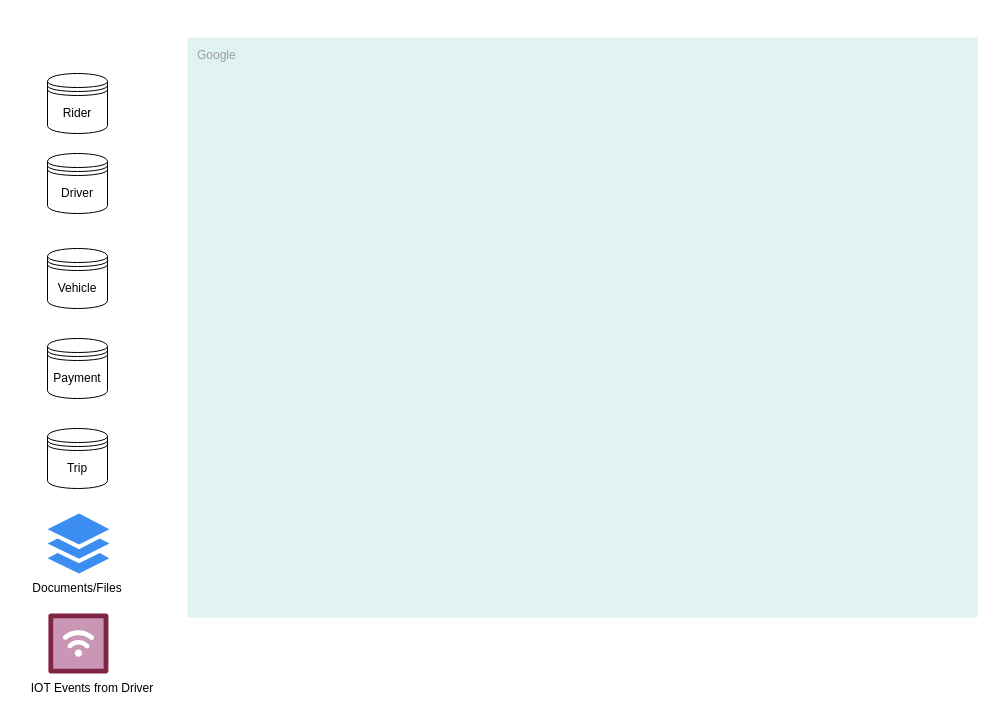
The draw.io diagram page "Detailed" (2 of 2) of Sahaj/SampleSystemDesign.drawio in harshaldharme/ProjectSpaces, before the edit. Source tidied: cells renumbered, new cells numbered last; positions are measured from the earlier drawing's top-left corner, leaving out a move shared by most shapes. Both pictures are drawn from the tidied source at 100%, with x=0, y=0 at pixel (17, 37). Pictures stored in the file or linked from it are replaced by grey dashed boxes.
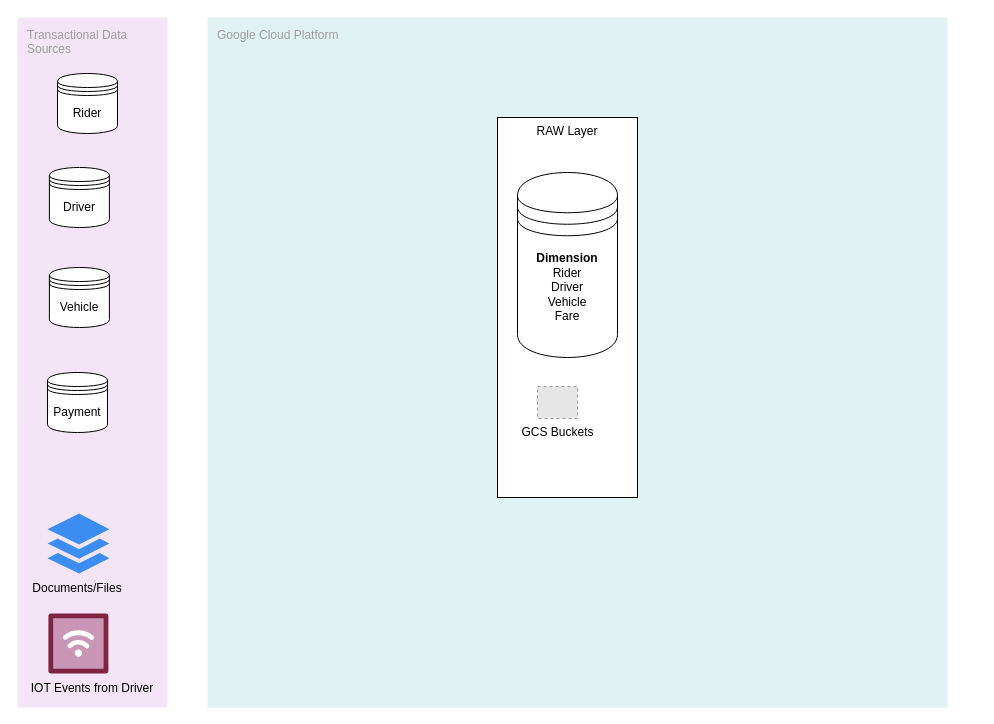
After the change.

Diff of the diagram source:
```diff
@@
 <mxGraphModel>
   <root>
     <mxCell id="0" />
     <mxCell id="1" parent="0" />
-    <mxCell id="2" value="Google&amp;nbsp;" style="sketch=0;rounded=1;absoluteArcSize=1;arcSize=2;html=1;strokeColor=none;gradientColor=none;shadow=0;dashed=0;fontSize=12;fontColor=#9E9E9E;align=left;verticalAlign=top;spacing=10;spacingTop=-4;whiteSpace=wrap;fillColor=#E0F2F1;" parent="1" vertex="1">
-      <mxGeometry x="170" width="790" height="580" as="geometry" />
+    <mxCell id="2" value="Google Cloud Platform" style="sketch=0;rounded=1;absoluteArcSize=1;arcSize=2;html=1;strokeColor=none;gradientColor=none;shadow=0;dashed=0;fontSize=12;fontColor=#9E9E9E;align=left;verticalAlign=top;spacing=10;spacingTop=-4;whiteSpace=wrap;fillColor=#E0F2F1;" parent="1" vertex="1">
+      <mxGeometry x="190" y="-20" width="740" height="690" as="geometry" />
     </mxCell>
+    <mxCell id="12" value="Transactional Data Sources" style="sketch=0;rounded=1;absoluteArcSize=1;arcSize=2;html=1;strokeColor=none;gradientColor=none;shadow=0;dashed=0;fontSize=12;fontColor=#9E9E9E;align=left;verticalAlign=top;spacing=10;spacingTop=-4;whiteSpace=wrap;fillColor=#F3E5F5;" parent="1" vertex="1">
+      <mxGeometry y="-20" width="150" height="690" as="geometry" />
+    </mxCell>
     <mxCell id="3" value="Rider" style="shape=datastore;whiteSpace=wrap;html=1;" parent="1" vertex="1">
-      <mxGeometry x="30" y="36" width="60" height="60" as="geometry" />
+      <mxGeometry x="40" y="36" width="60" height="60" as="geometry" />
     </mxCell>
     <mxCell id="4" value="Driver" style="shape=datastore;whiteSpace=wrap;html=1;" parent="1" vertex="1">
-      <mxGeometry x="30" y="116" width="60" height="60" as="geometry" />
+      <mxGeometry x="31.9" y="130" width="60" height="60" as="geometry" />
     </mxCell>
-    <mxCell id="5" value="Trip" style="shape=datastore;whiteSpace=wrap;html=1;" parent="1" vertex="1">
-      <mxGeometry x="30" y="391" width="60" height="60" as="geometry" />
-    </mxCell>
     <mxCell id="6" value="Vehicle" style="shape=datastore;whiteSpace=wrap;html=1;" parent="1" vertex="1">
-      <mxGeometry x="30" y="211" width="60" height="60" as="geometry" />
+      <mxGeometry x="31.9" y="230" width="60" height="60" as="geometry" />
     </mxCell>
     <mxCell id="7" value="Payment" style="shape=datastore;whiteSpace=wrap;html=1;" parent="1" vertex="1">
-      <mxGeometry x="30" y="301" width="60" height="60" as="geometry" />
+      <mxGeometry x="30" y="335" width="60" height="60" as="geometry" />
     </mxCell>
     <mxCell id="8" style="sketch=0;html=1;strokeColor=none;shadow=0;fillColor=#3B8DF1;verticalAlign=top;labelPosition=center;verticalLabelPosition=bottom;shape=mxgraph.gcp2.files;" parent="1" vertex="1">
       <mxGeometry x="30" y="476" width="61.9" height="60" as="geometry" />
     </mxCell>
     <mxCell id="9" value="Documents/Files" style="text;html=1;whiteSpace=wrap;strokeColor=none;fillColor=none;align=center;verticalAlign=middle;rounded=0;" parent="1" vertex="1">
       <mxGeometry x="5" y="536" width="110" height="30" as="geometry" />
     </mxCell>
     <mxCell id="10" style="verticalLabelPosition=bottom;html=1;shape=mxgraph.salesforce.iot;fillColorStyles=fillColor2,fillColor3,fillColor4;fillColor2=#7f2443;fillColor3=#c996b6;fillColor4=#ffffff;fillColor=none;strokeColor=none;" parent="1" vertex="1">
       <mxGeometry x="30.9" y="576" width="60" height="60" as="geometry" />
     </mxCell>
     <mxCell id="11" value="IOT Events from Driver" style="text;html=1;whiteSpace=wrap;strokeColor=none;fillColor=none;align=center;verticalAlign=middle;rounded=0;" parent="1" vertex="1">
       <mxGeometry y="636" width="150" height="30" as="geometry" />
     </mxCell>
+    <mxCell id="13" value="RAW Layer" style="rounded=0;whiteSpace=wrap;html=1;verticalAlign=top;" parent="1" vertex="1">
+      <mxGeometry x="480" y="80" width="140" height="380" as="geometry" />
+    </mxCell>
+    <mxCell id="14" value="&lt;b&gt;Dimension&lt;/b&gt;&lt;div&gt;Rider&lt;div&gt;Driver&lt;/div&gt;&lt;div&gt;Vehicle&lt;/div&gt;&lt;div&gt;Fare&lt;/div&gt;&lt;div&gt;&lt;br&gt;&lt;/div&gt;&lt;div&gt;&lt;/div&gt;&lt;/div&gt;" style="shape=datastore;whiteSpace=wrap;html=1;" parent="1" vertex="1">
+      <mxGeometry x="500" y="135" width="100" height="185" as="geometry" />
+    </mxCell>
+    <mxCell id="15" value="GCS Buckets" style="fillColor=#E6E6E6;strokeColor=#999999;dashed=1;html=1;verticalLabelPosition=bottom;labelBackgroundColor=#ffffff;verticalAlign=top;" parent="1" vertex="1">
+      <mxGeometry x="520" y="349" width="40" height="32" as="geometry" />
+    </mxCell>
   </root>
 </mxGraphModel>
```
